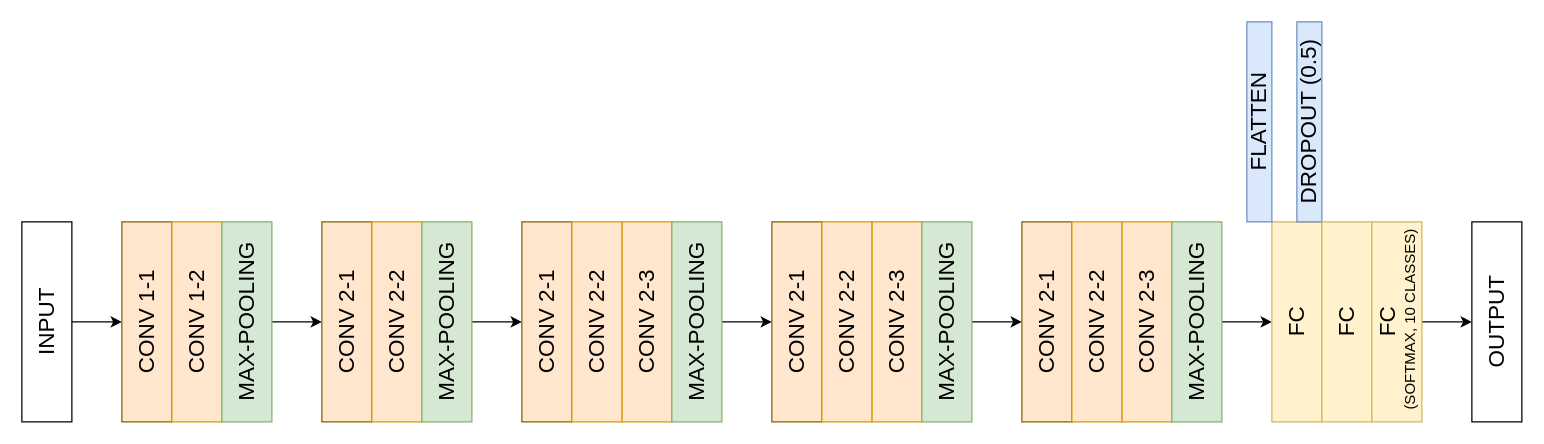
BiancaMass/EuroSAT_classification keeps this draw.io diagram as images/My_VGG16.drawio. Above is the earlier version. Source tidied: cells renumbered, new cells numbered last; positions are measured from the earlier drawing's top-left corner, leaving out a move shared by most shapes. Both pictures are drawn from the tidied source at 125%, with x=0, y=0 at pixel (-54, 109).
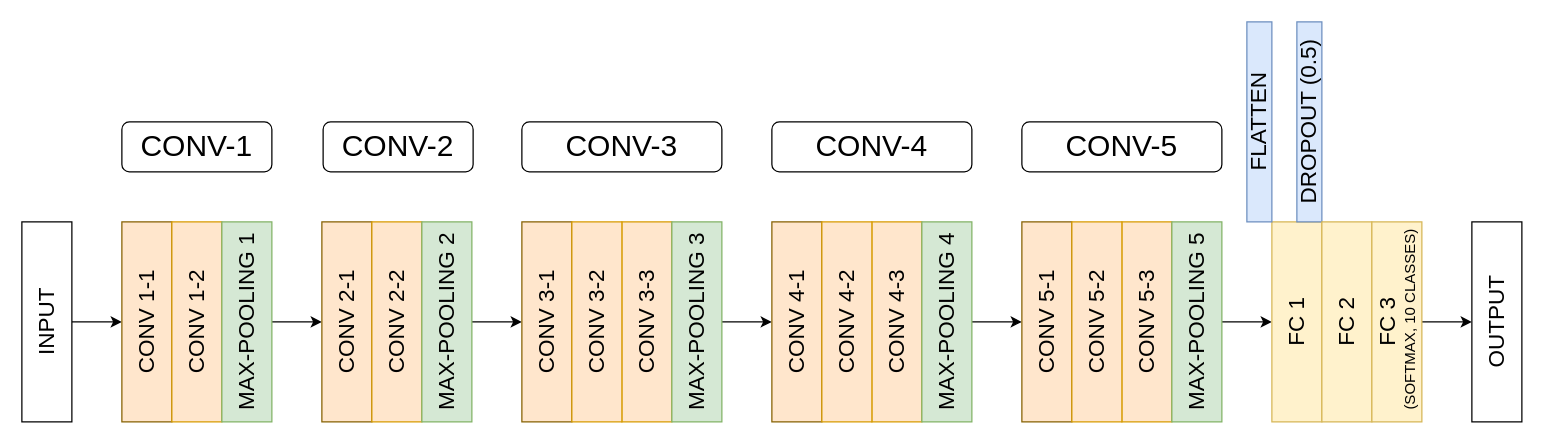
After the change.

Diff of the diagram source:
```diff
@@
-    <mxCell id="7" value="&lt;div style=&quot;font-size: 18px&quot;&gt;&lt;font style=&quot;font-size: 18px&quot;&gt;MAX-POOLING&lt;/font&gt;&lt;/div&gt;" style="rounded=0;whiteSpace=wrap;html=1;rotation=-90;align=center;fillColor=#d5e8d4;strokeColor=#82b366;" parent="1" vertex="1">
+    <mxCell id="7" value="&lt;div style=&quot;font-size: 18px&quot;&gt;&lt;font style=&quot;font-size: 18px&quot;&gt;MAX-POOLING 1&lt;br&gt;&lt;/font&gt;&lt;/div&gt;&lt;font style=&quot;font-size: 18px&quot;&gt;&lt;/font&gt;" style="rounded=0;whiteSpace=wrap;html=1;rotation=-90;align=center;fillColor=#d5e8d4;strokeColor=#82b366;" parent="1" vertex="1">
       <mxGeometry x="160" y="150" width="160" height="40" as="geometry" />
     </mxCell>
@@
-    <mxCell id="11" value="&lt;div style=&quot;font-size: 18px&quot;&gt;&lt;font style=&quot;font-size: 18px&quot;&gt;MAX-POOLING&lt;/font&gt;&lt;/div&gt;" style="rounded=0;whiteSpace=wrap;html=1;rotation=-90;align=center;fillColor=#d5e8d4;strokeColor=#82b366;" parent="1" vertex="1">
+    <mxCell id="11" value="&lt;div style=&quot;font-size: 18px&quot;&gt;&lt;font style=&quot;font-size: 18px&quot;&gt;MAX-POOLING 2&lt;br&gt;&lt;/font&gt;&lt;/div&gt;" style="rounded=0;whiteSpace=wrap;html=1;rotation=-90;align=center;fillColor=#d5e8d4;strokeColor=#82b366;" parent="1" vertex="1">
       <mxGeometry x="320" y="150" width="160" height="40" as="geometry" />
     </mxCell>
-    <mxCell id="12" value="&lt;div&gt;&lt;font style=&quot;font-size: 18px&quot;&gt;CONV 2-1&lt;/font&gt;&lt;/div&gt;" style="rounded=0;whiteSpace=wrap;html=1;rotation=-90;align=center;fillColor=#ffe6cc;strokeColor=#856000;" parent="1" vertex="1">
+    <mxCell id="12" value="&lt;div&gt;&lt;font style=&quot;font-size: 18px&quot;&gt;CONV 3-1&lt;/font&gt;&lt;/div&gt;" style="rounded=0;whiteSpace=wrap;html=1;rotation=-90;align=center;fillColor=#ffe6cc;strokeColor=#856000;" parent="1" vertex="1">
       <mxGeometry x="400" y="150" width="160" height="40" as="geometry" />
     </mxCell>
-    <mxCell id="13" value="&lt;div&gt;&lt;font style=&quot;font-size: 18px&quot;&gt;CONV 2-3&lt;/font&gt;&lt;/div&gt;" style="rounded=0;whiteSpace=wrap;html=1;rotation=-90;align=center;fillColor=#ffe6cc;strokeColor=#d79b00;" parent="1" vertex="1">
+    <mxCell id="13" value="&lt;div&gt;&lt;font style=&quot;font-size: 18px&quot;&gt;CONV 3-3&lt;/font&gt;&lt;/div&gt;" style="rounded=0;whiteSpace=wrap;html=1;rotation=-90;align=center;fillColor=#ffe6cc;strokeColor=#d79b00;" parent="1" vertex="1">
       <mxGeometry x="480" y="150" width="160" height="40" as="geometry" />
     </mxCell>
-    <mxCell id="14" value="&lt;div&gt;&lt;font style=&quot;font-size: 18px&quot;&gt;CONV 2-2&lt;/font&gt;&lt;/div&gt;" style="rounded=0;whiteSpace=wrap;html=1;rotation=-90;align=center;fillColor=#ffe6cc;strokeColor=#d79b00;" parent="1" vertex="1">
+    <mxCell id="14" value="&lt;div&gt;&lt;font style=&quot;font-size: 18px&quot;&gt;CONV 3-2&lt;/font&gt;&lt;/div&gt;" style="rounded=0;whiteSpace=wrap;html=1;rotation=-90;align=center;fillColor=#ffe6cc;strokeColor=#d79b00;" parent="1" vertex="1">
       <mxGeometry x="440" y="150" width="160" height="40" as="geometry" />
     </mxCell>
@@
-    <mxCell id="16" value="&lt;div style=&quot;font-size: 18px&quot;&gt;&lt;font style=&quot;font-size: 18px&quot;&gt;MAX-POOLING&lt;/font&gt;&lt;/div&gt;" style="rounded=0;whiteSpace=wrap;html=1;rotation=-90;align=center;fillColor=#d5e8d4;strokeColor=#82b366;" parent="1" vertex="1">
+    <mxCell id="16" value="&lt;div style=&quot;font-size: 18px&quot;&gt;&lt;font style=&quot;font-size: 18px&quot;&gt;MAX-POOLING 3&lt;br&gt;&lt;/font&gt;&lt;/div&gt;" style="rounded=0;whiteSpace=wrap;html=1;rotation=-90;align=center;fillColor=#d5e8d4;strokeColor=#82b366;" parent="1" vertex="1">
       <mxGeometry x="520" y="150" width="160" height="40" as="geometry" />
     </mxCell>
-    <mxCell id="17" value="&lt;div&gt;&lt;font style=&quot;font-size: 18px&quot;&gt;CONV 2-1&lt;/font&gt;&lt;/div&gt;" style="rounded=0;whiteSpace=wrap;html=1;rotation=-90;align=center;fillColor=#ffe6cc;strokeColor=#856000;" parent="1" vertex="1">
+    <mxCell id="17" value="&lt;div&gt;&lt;font style=&quot;font-size: 18px&quot;&gt;CONV 4-1&lt;/font&gt;&lt;/div&gt;" style="rounded=0;whiteSpace=wrap;html=1;rotation=-90;align=center;fillColor=#ffe6cc;strokeColor=#856000;" parent="1" vertex="1">
       <mxGeometry x="600" y="150" width="160" height="40" as="geometry" />
     </mxCell>
-    <mxCell id="18" value="&lt;div&gt;&lt;font style=&quot;font-size: 18px&quot;&gt;CONV 2-3&lt;/font&gt;&lt;/div&gt;" style="rounded=0;whiteSpace=wrap;html=1;rotation=-90;align=center;fillColor=#ffe6cc;strokeColor=#d79b00;" parent="1" vertex="1">
+    <mxCell id="18" value="&lt;div&gt;&lt;font style=&quot;font-size: 18px&quot;&gt;CONV 4-3&lt;/font&gt;&lt;/div&gt;" style="rounded=0;whiteSpace=wrap;html=1;rotation=-90;align=center;fillColor=#ffe6cc;strokeColor=#d79b00;" parent="1" vertex="1">
       <mxGeometry x="680" y="150" width="160" height="40" as="geometry" />
     </mxCell>
-    <mxCell id="19" value="&lt;div&gt;&lt;font style=&quot;font-size: 18px&quot;&gt;CONV 2-2&lt;/font&gt;&lt;/div&gt;" style="rounded=0;whiteSpace=wrap;html=1;rotation=-90;align=center;fillColor=#ffe6cc;strokeColor=#d79b00;" parent="1" vertex="1">
+    <mxCell id="19" value="&lt;div&gt;&lt;font style=&quot;font-size: 18px&quot;&gt;CONV 4-2&lt;/font&gt;&lt;/div&gt;" style="rounded=0;whiteSpace=wrap;html=1;rotation=-90;align=center;fillColor=#ffe6cc;strokeColor=#d79b00;" parent="1" vertex="1">
       <mxGeometry x="640" y="150" width="160" height="40" as="geometry" />
     </mxCell>
@@
-    <mxCell id="21" value="&lt;div style=&quot;font-size: 18px&quot;&gt;&lt;font style=&quot;font-size: 18px&quot;&gt;MAX-POOLING&lt;/font&gt;&lt;/div&gt;" style="rounded=0;whiteSpace=wrap;html=1;rotation=-90;align=center;fillColor=#d5e8d4;strokeColor=#82b366;" parent="1" vertex="1">
+    <mxCell id="21" value="&lt;div style=&quot;font-size: 18px&quot;&gt;&lt;font style=&quot;font-size: 18px&quot;&gt;MAX-POOLING 4&lt;/font&gt;&lt;/div&gt;" style="rounded=0;whiteSpace=wrap;html=1;rotation=-90;align=center;fillColor=#d5e8d4;strokeColor=#82b366;" parent="1" vertex="1">
       <mxGeometry x="720" y="150" width="160" height="40" as="geometry" />
     </mxCell>
-    <mxCell id="22" value="&lt;div&gt;&lt;font style=&quot;font-size: 18px&quot;&gt;CONV 2-1&lt;/font&gt;&lt;/div&gt;" style="rounded=0;whiteSpace=wrap;html=1;rotation=-90;align=center;fillColor=#ffe6cc;strokeColor=#856000;" parent="1" vertex="1">
+    <mxCell id="22" value="&lt;div&gt;&lt;font style=&quot;font-size: 18px&quot;&gt;CONV 5-1&lt;/font&gt;&lt;/div&gt;" style="rounded=0;whiteSpace=wrap;html=1;rotation=-90;align=center;fillColor=#ffe6cc;strokeColor=#856000;" parent="1" vertex="1">
       <mxGeometry x="800" y="150" width="160" height="40" as="geometry" />
     </mxCell>
-    <mxCell id="23" value="&lt;div&gt;&lt;font style=&quot;font-size: 18px&quot;&gt;CONV 2-3&lt;/font&gt;&lt;/div&gt;" style="rounded=0;whiteSpace=wrap;html=1;rotation=-90;align=center;fillColor=#ffe6cc;strokeColor=#d79b00;" parent="1" vertex="1">
+    <mxCell id="23" value="&lt;div&gt;&lt;font style=&quot;font-size: 18px&quot;&gt;CONV 5-3&lt;/font&gt;&lt;/div&gt;" style="rounded=0;whiteSpace=wrap;html=1;rotation=-90;align=center;fillColor=#ffe6cc;strokeColor=#d79b00;" parent="1" vertex="1">
       <mxGeometry x="880" y="150" width="160" height="40" as="geometry" />
     </mxCell>
-    <mxCell id="24" value="&lt;div&gt;&lt;font style=&quot;font-size: 18px&quot;&gt;CONV 2-2&lt;/font&gt;&lt;/div&gt;" style="rounded=0;whiteSpace=wrap;html=1;rotation=-90;align=center;fillColor=#ffe6cc;strokeColor=#d79b00;" parent="1" vertex="1">
+    <mxCell id="24" value="&lt;div&gt;&lt;font style=&quot;font-size: 18px&quot;&gt;CONV 5-2&lt;/font&gt;&lt;/div&gt;" style="rounded=0;whiteSpace=wrap;html=1;rotation=-90;align=center;fillColor=#ffe6cc;strokeColor=#d79b00;" parent="1" vertex="1">
       <mxGeometry x="840" y="150" width="160" height="40" as="geometry" />
     </mxCell>
@@
-    <mxCell id="26" value="&lt;div style=&quot;font-size: 18px&quot;&gt;&lt;font style=&quot;font-size: 18px&quot;&gt;MAX-POOLING&lt;/font&gt;&lt;/div&gt;" style="rounded=0;whiteSpace=wrap;html=1;rotation=-90;align=center;fillColor=#d5e8d4;strokeColor=#82b366;" parent="1" vertex="1">
+    <mxCell id="26" value="&lt;div style=&quot;font-size: 18px&quot;&gt;&lt;font style=&quot;font-size: 18px&quot;&gt;MAX-POOLING 5&lt;br&gt;&lt;/font&gt;&lt;/div&gt;" style="rounded=0;whiteSpace=wrap;html=1;rotation=-90;align=center;fillColor=#d5e8d4;strokeColor=#82b366;" parent="1" vertex="1">
       <mxGeometry x="920" y="150" width="160" height="40" as="geometry" />
     </mxCell>
-    <mxCell id="27" value="&lt;div style=&quot;font-size: 18px&quot;&gt;&lt;font style=&quot;font-size: 18px&quot;&gt;FC&lt;/font&gt;&lt;/div&gt;" style="rounded=0;whiteSpace=wrap;html=1;rotation=-90;fillColor=#fff2cc;strokeColor=#d6b656;" parent="1" vertex="1">
+    <mxCell id="27" value="&lt;div style=&quot;font-size: 18px&quot;&gt;&lt;font style=&quot;font-size: 18px&quot;&gt;FC 1&lt;br&gt;&lt;/font&gt;&lt;/div&gt;" style="rounded=0;whiteSpace=wrap;html=1;rotation=-90;fillColor=#fff2cc;strokeColor=#d6b656;" parent="1" vertex="1">
       <mxGeometry x="1000" y="150" width="160" height="40" as="geometry" />
     </mxCell>
@@
-    <mxCell id="30" value="&lt;div style=&quot;font-size: 18px&quot;&gt;&lt;font style=&quot;font-size: 18px&quot;&gt;FC&lt;/font&gt;&lt;/div&gt;" style="rounded=0;whiteSpace=wrap;html=1;rotation=-90;fillColor=#fff2cc;strokeColor=#d6b656;" parent="1" vertex="1">
+    <mxCell id="30" value="&lt;div style=&quot;font-size: 18px&quot;&gt;&lt;font style=&quot;font-size: 18px&quot;&gt;FC 2&lt;br&gt;&lt;/font&gt;&lt;/div&gt;" style="rounded=0;whiteSpace=wrap;html=1;rotation=-90;fillColor=#fff2cc;strokeColor=#d6b656;" parent="1" vertex="1">
       <mxGeometry x="1040" y="150" width="160" height="40" as="geometry" />
     </mxCell>
@@
-    <mxCell id="32" value="&lt;div style=&quot;font-size: 18px&quot;&gt;&lt;font style=&quot;font-size: 18px&quot;&gt;FC&lt;/font&gt;&lt;/div&gt;&amp;nbsp;(SOFTMAX, 10 CLASSES)" style="rounded=0;whiteSpace=wrap;html=1;rotation=-90;fillColor=#fff2cc;strokeColor=#d6b656;" parent="1" vertex="1">
+    <mxCell id="32" value="&lt;div style=&quot;font-size: 18px&quot;&gt;&lt;font style=&quot;font-size: 18px&quot;&gt;FC 3&lt;br&gt;&lt;/font&gt;&lt;/div&gt;&amp;nbsp;(SOFTMAX, 10 CLASSES)" style="rounded=0;whiteSpace=wrap;html=1;rotation=-90;fillColor=#fff2cc;strokeColor=#d6b656;" parent="1" vertex="1">
       <mxGeometry x="1080" y="150" width="160" height="40" as="geometry" />
     </mxCell>
@@
+    <mxCell id="34" value="&lt;font style=&quot;font-size: 24px&quot;&gt;CONV-1&lt;/font&gt;" style="rounded=1;whiteSpace=wrap;html=1;" parent="1" vertex="1">
+      <mxGeometry x="140" y="10" width="120" height="40" as="geometry" />
+    </mxCell>
+    <mxCell id="35" value="&lt;font style=&quot;font-size: 24px&quot;&gt;CONV-2&lt;/font&gt;" style="rounded=1;whiteSpace=wrap;html=1;" parent="1" vertex="1">
+      <mxGeometry x="301" y="10" width="120" height="40" as="geometry" />
+    </mxCell>
+    <mxCell id="36" value="&lt;font style=&quot;font-size: 24px&quot;&gt;CONV-3&lt;/font&gt;" style="rounded=1;whiteSpace=wrap;html=1;" parent="1" vertex="1">
+      <mxGeometry x="460" y="10" width="160" height="40" as="geometry" />
+    </mxCell>
+    <mxCell id="37" value="&lt;font style=&quot;font-size: 24px&quot;&gt;CONV-4&lt;/font&gt;" style="rounded=1;whiteSpace=wrap;html=1;" parent="1" vertex="1">
+      <mxGeometry x="660" y="10" width="160" height="40" as="geometry" />
+    </mxCell>
+    <mxCell id="38" value="&lt;font style=&quot;font-size: 24px&quot;&gt;CONV-5&lt;/font&gt;" style="rounded=1;whiteSpace=wrap;html=1;" parent="1" vertex="1">
+      <mxGeometry x="860" y="10" width="160" height="40" as="geometry" />
+    </mxCell>
```
